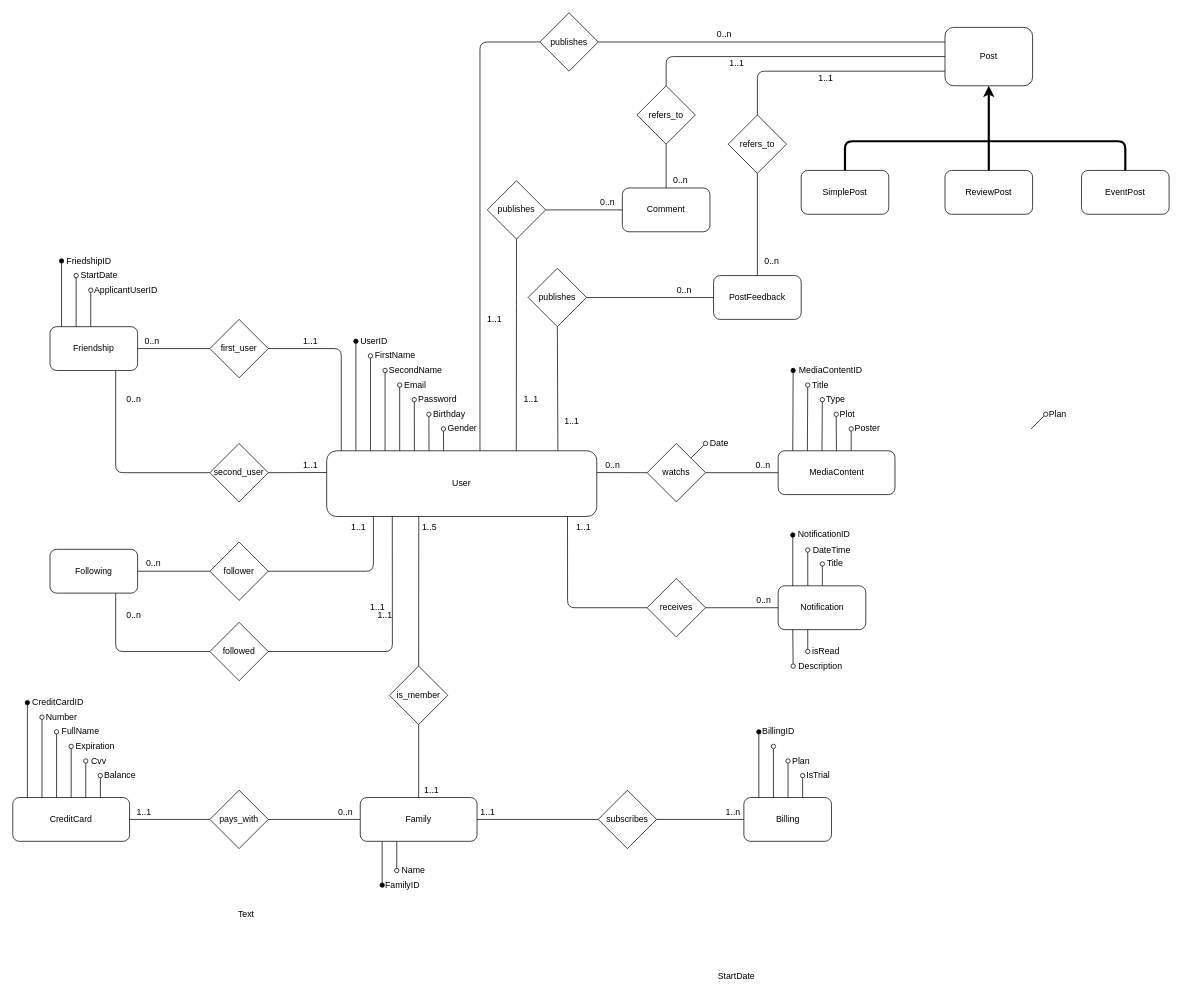
Earlier version of the draw.io diagram Moviesquik/doc/persistence/database_ER_diagram.drawio (AgostinoRizzo/moviesquik). Source tidied: cells renumbered, new cells numbered last; positions are measured from the earlier drawing's top-left corner, leaving out a move shared by most shapes. Both pictures are drawn from the tidied source at 73%, with x=0, y=0 at pixel (12, 12).
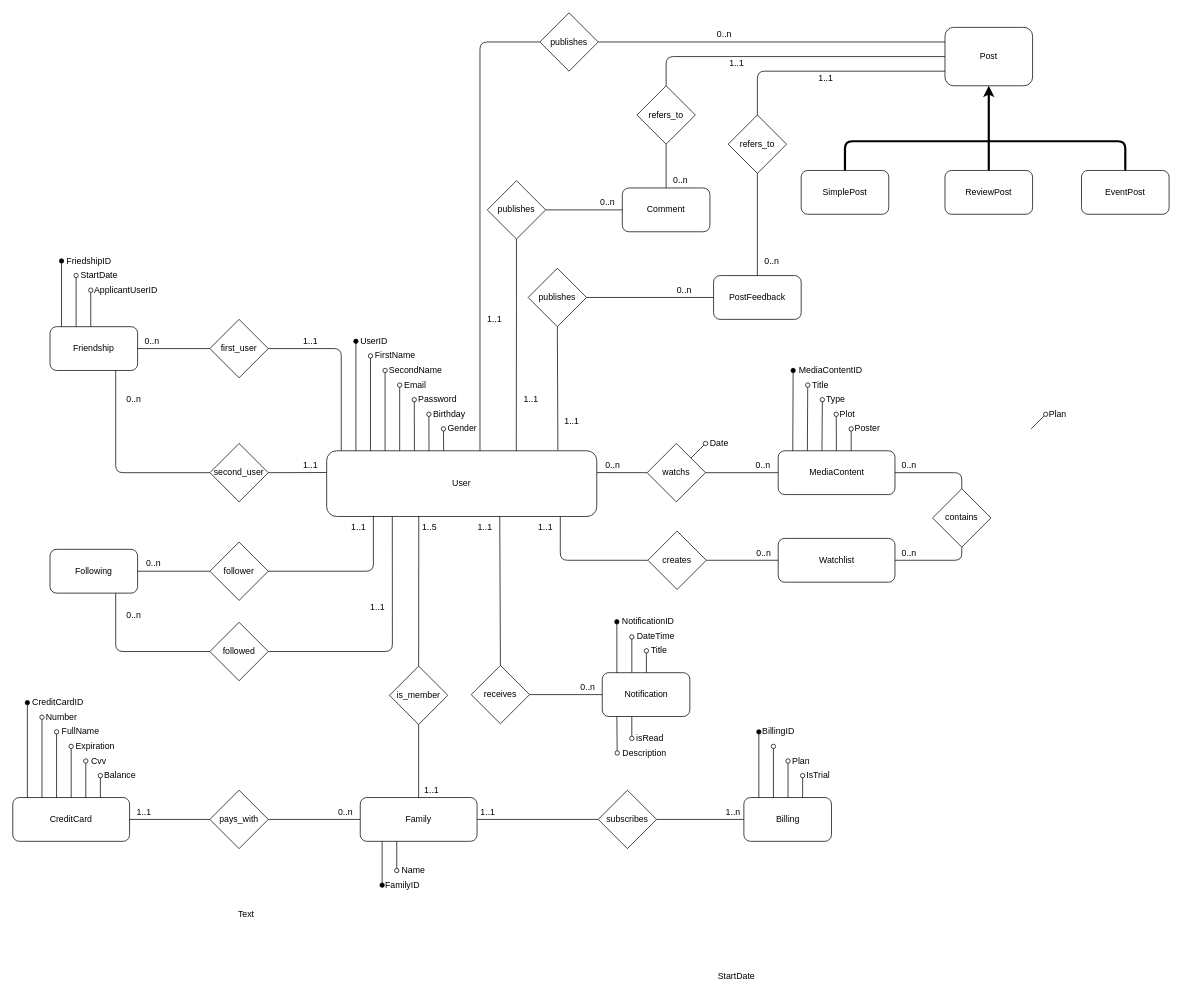
The same diagram, later.

The change refers to these unchanged cells:
```xml
<mxCell id="2" value="User" style="rounded=1;whiteSpace=wrap;html=1;" parent="1" vertex="1">
  <mxGeometry x="430" y="600" width="370" height="90" as="geometry" />
</mxCell>
<mxCell id="61" value="MediaContent" style="rounded=1;whiteSpace=wrap;html=1;" parent="1" vertex="1">
  <mxGeometry x="1048.5" y="600" width="160" height="60" as="geometry" />
</mxCell>
```

Diff of the diagram source:
```diff
@@
     <mxCell id="107" value="Notification" style="rounded=1;whiteSpace=wrap;html=1;" parent="1" vertex="1">
-      <mxGeometry x="1048.5" y="785" width="120" height="60" as="geometry" />
+      <mxGeometry x="807.5" y="904" width="120" height="60" as="geometry" />
     </mxCell>
     <mxCell id="108" value="receives" style="rhombus;whiteSpace=wrap;html=1;" parent="1" vertex="1">
-      <mxGeometry x="869" y="775" width="80" height="80" as="geometry" />
+      <mxGeometry x="628" y="894" width="80" height="80" as="geometry" />
     </mxCell>
-    <mxCell id="109" style="endArrow=none;html=1;entryX=0;entryY=0.5;entryDx=0;entryDy=0;exitX=0.855;exitY=0.996;exitDx=0;exitDy=0;exitPerimeter=0;" parent="1" edge="1" target="108">
+    <mxCell id="109" style="endArrow=none;html=1;entryX=0.5;entryY=0;entryDx=0;entryDy=0;exitX=0.73;exitY=1;exitDx=0;exitDy=0;exitPerimeter=0;" parent="1" edge="1" target="108">
       <mxGeometry relative="1" as="geometry">
-        <mxPoint x="759.9" y="689.6" as="sourcePoint" />
-        <Array as="points">
-          <mxPoint x="760" y="815" />
-        </Array>
+        <mxPoint x="667.1" y="690" as="sourcePoint" />
       </mxGeometry>
     </mxCell>
@@
     <mxCell id="112" value="1..1" style="text;html=1;strokeColor=none;fillColor=none;align=center;verticalAlign=middle;whiteSpace=wrap;rounded=0;" parent="1" vertex="1">
-      <mxGeometry x="762" y="695" width="40" height="20" as="geometry" />
+      <mxGeometry x="627" y="695" width="40" height="20" as="geometry" />
     </mxCell>
     <mxCell id="113" value="0..n" style="text;html=1;strokeColor=none;fillColor=none;align=center;verticalAlign=middle;whiteSpace=wrap;rounded=0;" parent="1" vertex="1">
-      <mxGeometry x="1009" y="795" width="40" height="20" as="geometry" />
+      <mxGeometry x="768" y="914" width="40" height="20" as="geometry" />
     </mxCell>
     <mxCell id="114" style="endArrow=oval;html=1;endFill=1;" parent="1" edge="1">
       <mxGeometry relative="1" as="geometry">
-        <mxPoint x="1068.5" y="785.3" as="sourcePoint" />
-        <mxPoint x="1068.5" y="715.3" as="targetPoint" />
+        <mxPoint x="827.5" y="904.3" as="sourcePoint" />
+        <mxPoint x="827.5" y="834.3" as="targetPoint" />
       </mxGeometry>
     </mxCell>
     <mxCell id="115" value="NotificationID" style="text;html=1;strokeColor=none;fillColor=none;align=center;verticalAlign=middle;whiteSpace=wrap;rounded=0;" parent="1" vertex="1">
-      <mxGeometry x="1072.5" y="705.3" width="76.5" height="20" as="geometry" />
+      <mxGeometry x="831.5" y="824.3" width="76.5" height="20" as="geometry" />
     </mxCell>
     <mxCell id="116" value="DateTime" style="text;html=1;strokeColor=none;fillColor=none;align=center;verticalAlign=middle;whiteSpace=wrap;rounded=0;" parent="1" vertex="1">
-      <mxGeometry x="1093.5" y="725.8" width="55.5" height="20" as="geometry" />
+      <mxGeometry x="852.5" y="844.8" width="55.5" height="20" as="geometry" />
     </mxCell>
     <mxCell id="117" style="endArrow=oval;html=1;endFill=0;exitX=0.338;exitY=-0.003;exitDx=0;exitDy=0;exitPerimeter=0;" parent="1" edge="1" source="107">
       <mxGeometry relative="1" as="geometry">
-        <mxPoint x="1089" y="736" as="targetPoint" />
+        <mxPoint x="848" y="855" as="targetPoint" />
       </mxGeometry>
     </mxCell>
     <mxCell id="118" style="endArrow=oval;html=1;endFill=0;" parent="1" edge="1">
       <mxGeometry relative="1" as="geometry">
-        <mxPoint x="1109" y="785" as="sourcePoint" />
-        <mxPoint x="1109" y="755" as="targetPoint" />
+        <mxPoint x="868" y="904" as="sourcePoint" />
+        <mxPoint x="868" y="874" as="targetPoint" />
       </mxGeometry>
     </mxCell>
     <mxCell id="119" value="Title" style="text;html=1;strokeColor=none;fillColor=none;align=center;verticalAlign=middle;whiteSpace=wrap;rounded=0;" parent="1" vertex="1">
-      <mxGeometry x="1112.5" y="745" width="26.5" height="20" as="geometry" />
+      <mxGeometry x="871.5" y="864" width="26.5" height="20" as="geometry" />
     </mxCell>
     <mxCell id="120" style="endArrow=none;html=1;endFill=0;startArrow=oval;startFill=0;" parent="1" edge="1">
       <mxGeometry relative="1" as="geometry">
-        <mxPoint x="1069" y="895" as="sourcePoint" />
-        <mxPoint x="1068.5" y="845" as="targetPoint" />
+        <mxPoint x="828" y="1014" as="sourcePoint" />
+        <mxPoint x="827.5" y="964" as="targetPoint" />
       </mxGeometry>
     </mxCell>
     <mxCell id="121" value="Description" style="text;html=1;strokeColor=none;fillColor=none;align=center;verticalAlign=middle;whiteSpace=wrap;rounded=0;" parent="1" vertex="1">
-      <mxGeometry x="1073" y="885" width="66.5" height="20" as="geometry" />
+      <mxGeometry x="832" y="1004" width="66.5" height="20" as="geometry" />
     </mxCell>
     <mxCell id="122" style="endArrow=none;html=1;endFill=0;startArrow=oval;startFill=0;" parent="1" edge="1">
       <mxGeometry relative="1" as="geometry">
-        <mxPoint x="1089" y="875" as="sourcePoint" />
-        <mxPoint x="1089" y="845" as="targetPoint" />
+        <mxPoint x="848" y="994" as="sourcePoint" />
+        <mxPoint x="848" y="964" as="targetPoint" />
       </mxGeometry>
     </mxCell>
     <mxCell id="123" value="isRead" style="text;html=1;strokeColor=none;fillColor=none;align=center;verticalAlign=middle;whiteSpace=wrap;rounded=0;" parent="1" vertex="1">
-      <mxGeometry x="1092.2" y="865" width="43.8" height="20" as="geometry" />
+      <mxGeometry x="851.2" y="984" width="43.8" height="20" as="geometry" />
     </mxCell>
@@
-    <mxCell id="147" value="1..1" style="text;html=1;strokeColor=none;fillColor=none;align=center;verticalAlign=middle;whiteSpace=wrap;rounded=0;" parent="1" vertex="1">
-      <mxGeometry x="490" y="815" width="40" height="20" as="geometry" />
-    </mxCell>
@@
+    <mxCell id="160" value="Watchlist" style="rounded=1;whiteSpace=wrap;html=1;" parent="1" vertex="1">
+      <mxGeometry x="1048.5" y="720" width="160" height="60" as="geometry" />
+    </mxCell>
+    <mxCell id="161" value="creates" style="rhombus;whiteSpace=wrap;html=1;" parent="1" vertex="1">
+      <mxGeometry x="870" y="710" width="80" height="80" as="geometry" />
+    </mxCell>
+    <mxCell id="162" style="endArrow=none;html=1;entryX=0;entryY=0.5;entryDx=0;entryDy=0;exitX=0.865;exitY=1;exitDx=0;exitDy=0;exitPerimeter=0;" parent="1" edge="1" source="2" target="161">
+      <mxGeometry relative="1" as="geometry">
+        <Array as="points">
+          <mxPoint x="750" y="750" />
+        </Array>
+      </mxGeometry>
+    </mxCell>
+    <mxCell id="163" style="endArrow=none;html=1;exitX=1;exitY=0.5;exitDx=0;exitDy=0;entryX=0;entryY=0.5;entryDx=0;entryDy=0;" parent="1" edge="1" source="161" target="160">
+      <mxGeometry relative="1" as="geometry" />
+    </mxCell>
+    <mxCell id="147" value="1..1" style="text;html=1;strokeColor=none;fillColor=none;align=center;verticalAlign=middle;whiteSpace=wrap;rounded=0;" parent="1" vertex="1">
+      <mxGeometry x="710" y="695" width="40" height="20" as="geometry" />
+    </mxCell>
+    <mxCell id="164" value="0..n" style="text;html=1;strokeColor=none;fillColor=none;align=center;verticalAlign=middle;whiteSpace=wrap;rounded=0;" parent="1" vertex="1">
+      <mxGeometry x="1008.5" y="730" width="40" height="20" as="geometry" />
+    </mxCell>
+    <mxCell id="165" value="contains" style="rhombus;whiteSpace=wrap;html=1;" parent="1" vertex="1">
+      <mxGeometry x="1260" y="652" width="80" height="80" as="geometry" />
+    </mxCell>
+    <mxCell id="166" style="endArrow=none;html=1;exitX=1;exitY=0.5;exitDx=0;exitDy=0;entryX=0.5;entryY=1;entryDx=0;entryDy=0;" parent="1" edge="1" source="160" target="165">
+      <mxGeometry relative="1" as="geometry">
+        <Array as="points">
+          <mxPoint x="1300" y="750" />
+        </Array>
+      </mxGeometry>
+    </mxCell>
+    <mxCell id="167" style="endArrow=none;html=1;exitX=1;exitY=0.5;exitDx=0;exitDy=0;entryX=0.5;entryY=0;entryDx=0;entryDy=0;" parent="1" edge="1" source="61" target="165">
+      <mxGeometry relative="1" as="geometry">
+        <Array as="points">
+          <mxPoint x="1300" y="630" />
+        </Array>
+      </mxGeometry>
+    </mxCell>
+    <mxCell id="168" value="0..n" style="text;html=1;strokeColor=none;fillColor=none;align=center;verticalAlign=middle;whiteSpace=wrap;rounded=0;" parent="1" vertex="1">
+      <mxGeometry x="1208" y="610" width="40" height="20" as="geometry" />
+    </mxCell>
+    <mxCell id="169" value="0..n" style="text;html=1;strokeColor=none;fillColor=none;align=center;verticalAlign=middle;whiteSpace=wrap;rounded=0;" parent="1" vertex="1">
+      <mxGeometry x="1208" y="730" width="40" height="20" as="geometry" />
+    </mxCell>
```
